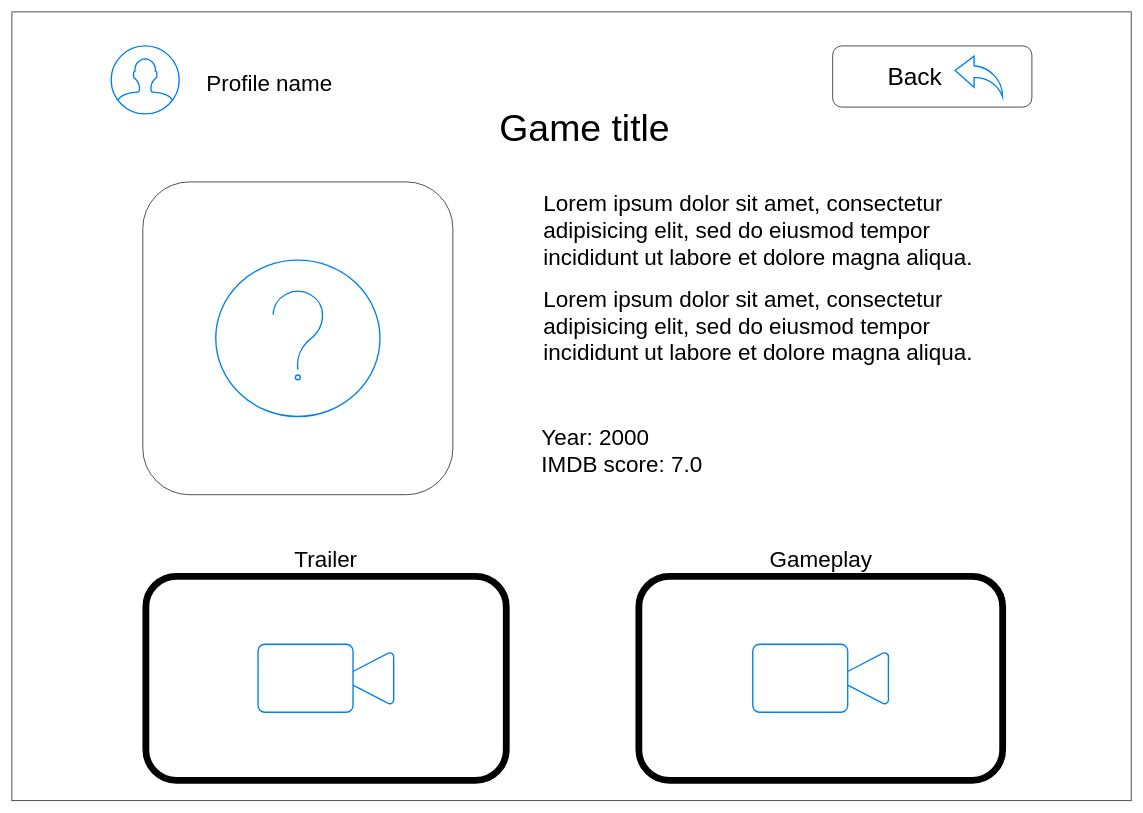
Before: src/presentation/drawings/game-view.drawio in DouglasVolcato/xbox-live-frontend, a draw.io diagram. Source tidied: cells renumbered, new cells numbered last; positions are measured from the earlier drawing's top-left corner, leaving out a move shared by most shapes. Both pictures are drawn from the tidied source at 68%, with x=0, y=0 at pixel (12, 12).
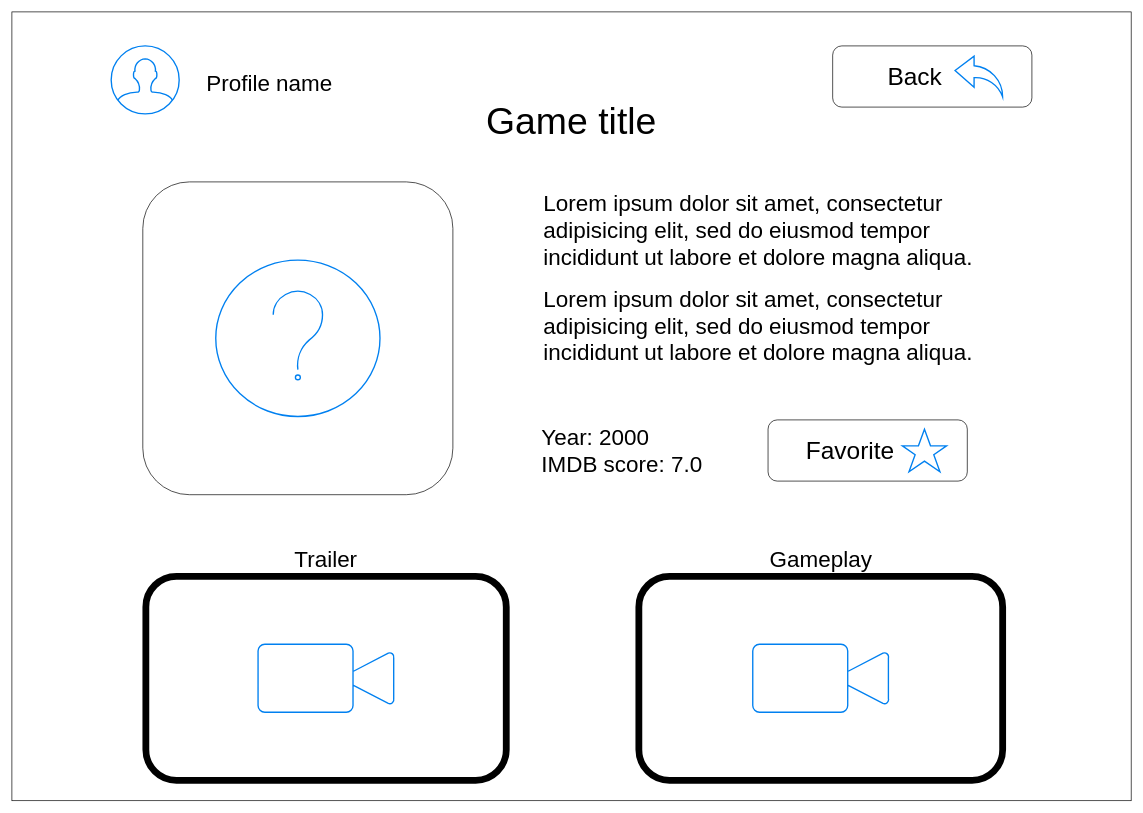
The same page after the edit.

Commit message:
chore: add webpage draws

Diff of the diagram source:
```diff
@@
 <mxGraphModel>
   <root>
     <mxCell id="0" />
     <mxCell id="1" parent="0" />
     <mxCell id="2" style="rounded=0;whiteSpace=wrap;html=1;" parent="1" vertex="1">
       <mxGeometry width="1646" height="1160" as="geometry" />
     </mxCell>
     <mxCell id="3" value="Back" style="rounded=1;whiteSpace=wrap;html=1;fontSize=36;align=center;spacingRight=51;" parent="1" vertex="1">
       <mxGeometry x="1207" y="50" width="293" height="90" as="geometry" />
     </mxCell>
     <mxCell id="4" value="Game title" style="text;html=1;strokeColor=none;fillColor=none;align=center;verticalAlign=middle;whiteSpace=wrap;rounded=0;fontSize=55;" parent="1" vertex="1">
-      <mxGeometry x="550.5" y="90" width="583" height="160" as="geometry" />
+      <mxGeometry x="587" y="80" width="471.5" height="160" as="geometry" />
     </mxCell>
     <mxCell id="5" style="html=1;verticalLabelPosition=bottom;align=center;labelBackgroundColor=#ffffff;verticalAlign=top;strokeWidth=2;strokeColor=#0080F0;shadow=0;dashed=0;shape=mxgraph.ios7.icons.user;" parent="1" vertex="1">
       <mxGeometry x="146" y="50" width="100" height="100" as="geometry" />
     </mxCell>
     <mxCell id="6" value="Profile name" style="text;html=1;strokeColor=none;fillColor=none;align=center;verticalAlign=middle;whiteSpace=wrap;rounded=0;fontSize=33;" parent="1" vertex="1">
       <mxGeometry x="254" y="90" width="250" height="30" as="geometry" />
     </mxCell>
     <mxCell id="7" style="html=1;verticalLabelPosition=bottom;align=center;labelBackgroundColor=#ffffff;verticalAlign=top;strokeWidth=2;strokeColor=#0080F0;shadow=0;dashed=0;shape=mxgraph.ios7.icons.back;fontSize=55;" parent="1" vertex="1">
       <mxGeometry x="1387" y="65" width="70" height="60" as="geometry" />
     </mxCell>
     <mxCell id="8" style="rounded=1;whiteSpace=wrap;html=1;" parent="1" vertex="1">
       <mxGeometry x="192.5" y="250" width="456" height="460" as="geometry" />
     </mxCell>
     <mxCell id="9" value="&lt;h1 style=&quot;font-size: 33px&quot;&gt;&lt;span style=&quot;font-weight: normal&quot;&gt;Lorem ipsum dolor sit amet, consectetur adipisicing elit, sed do eiusmod tempor incididunt ut labore et dolore magna aliqua.&lt;/span&gt;&lt;br&gt;&lt;/h1&gt;&lt;div&gt;&lt;h1 style=&quot;font-size: 33px&quot;&gt;&lt;span style=&quot;font-weight: normal&quot;&gt;Lorem ipsum dolor sit amet, consectetur adipisicing elit, sed do eiusmod tempor incididunt ut labore et dolore magna aliqua.&lt;/span&gt;&lt;/h1&gt;&lt;/div&gt;" style="text;html=1;strokeColor=none;fillColor=none;spacing=5;spacingTop=-20;whiteSpace=wrap;overflow=hidden;rounded=0;strokeWidth=10;fontSize=33;" parent="1" vertex="1">
       <mxGeometry x="777" y="250" width="680" height="330" as="geometry" />
     </mxCell>
     <mxCell id="10" value="Year: 2000&lt;br&gt;IMDB score: 7.0" style="text;html=1;strokeColor=none;fillColor=none;align=left;verticalAlign=middle;whiteSpace=wrap;rounded=0;fontSize=33;" parent="1" vertex="1">
       <mxGeometry x="777" y="570" width="635" height="150" as="geometry" />
     </mxCell>
     <mxCell id="11" style="rounded=1;whiteSpace=wrap;html=1;fontSize=33;strokeWidth=10;" parent="1" vertex="1">
       <mxGeometry x="197" y="830" width="530" height="300" as="geometry" />
     </mxCell>
     <mxCell id="12" style="rounded=1;whiteSpace=wrap;html=1;fontSize=33;strokeWidth=10;" parent="1" vertex="1">
       <mxGeometry x="922" y="830" width="535" height="300" as="geometry" />
     </mxCell>
     <mxCell id="13" value="Trailer" style="text;html=1;strokeColor=none;fillColor=none;align=center;verticalAlign=middle;whiteSpace=wrap;rounded=0;fontSize=33;" parent="1" vertex="1">
       <mxGeometry x="277" y="790" width="370" height="30" as="geometry" />
     </mxCell>
     <mxCell id="14" value="Gameplay" style="text;html=1;strokeColor=none;fillColor=none;align=center;verticalAlign=middle;whiteSpace=wrap;rounded=0;fontSize=33;" parent="1" vertex="1">
       <mxGeometry x="1004.5" y="790" width="370" height="30" as="geometry" />
     </mxCell>
     <mxCell id="15" style="html=1;verticalLabelPosition=bottom;align=center;labelBackgroundColor=#ffffff;verticalAlign=top;strokeWidth=2;strokeColor=#0080F0;shadow=0;dashed=0;shape=mxgraph.ios7.icons.video_conversation;fontSize=33;" parent="1" vertex="1">
       <mxGeometry x="362" y="930" width="200" height="100" as="geometry" />
     </mxCell>
     <mxCell id="16" style="html=1;verticalLabelPosition=bottom;align=center;labelBackgroundColor=#ffffff;verticalAlign=top;strokeWidth=2;strokeColor=#0080F0;shadow=0;dashed=0;shape=mxgraph.ios7.icons.video_conversation;fontSize=33;" parent="1" vertex="1">
       <mxGeometry x="1089.5" y="930" width="200" height="100" as="geometry" />
     </mxCell>
     <mxCell id="17" style="html=1;verticalLabelPosition=bottom;align=center;labelBackgroundColor=#ffffff;verticalAlign=top;strokeWidth=2;strokeColor=#0080F0;shadow=0;dashed=0;shape=mxgraph.ios7.icons.help;fontSize=33;" parent="1" vertex="1">
       <mxGeometry x="299.8" y="365" width="241.5" height="230" as="geometry" />
     </mxCell>
+    <mxCell id="18" value="Favorite" style="rounded=1;whiteSpace=wrap;html=1;fontSize=36;align=center;spacingRight=51;" parent="1" vertex="1">
+      <mxGeometry x="1112" y="600" width="293" height="90" as="geometry" />
+    </mxCell>
+    <mxCell id="19" style="html=1;verticalLabelPosition=bottom;align=center;labelBackgroundColor=#ffffff;verticalAlign=top;strokeWidth=2;strokeColor=#0080F0;shadow=0;dashed=0;shape=mxgraph.ios7.icons.star;fontSize=33;" parent="1" vertex="1">
+      <mxGeometry x="1309.5" y="613.8" width="65" height="62.5" as="geometry" />
+    </mxCell>
   </root>
 </mxGraphModel>
```
